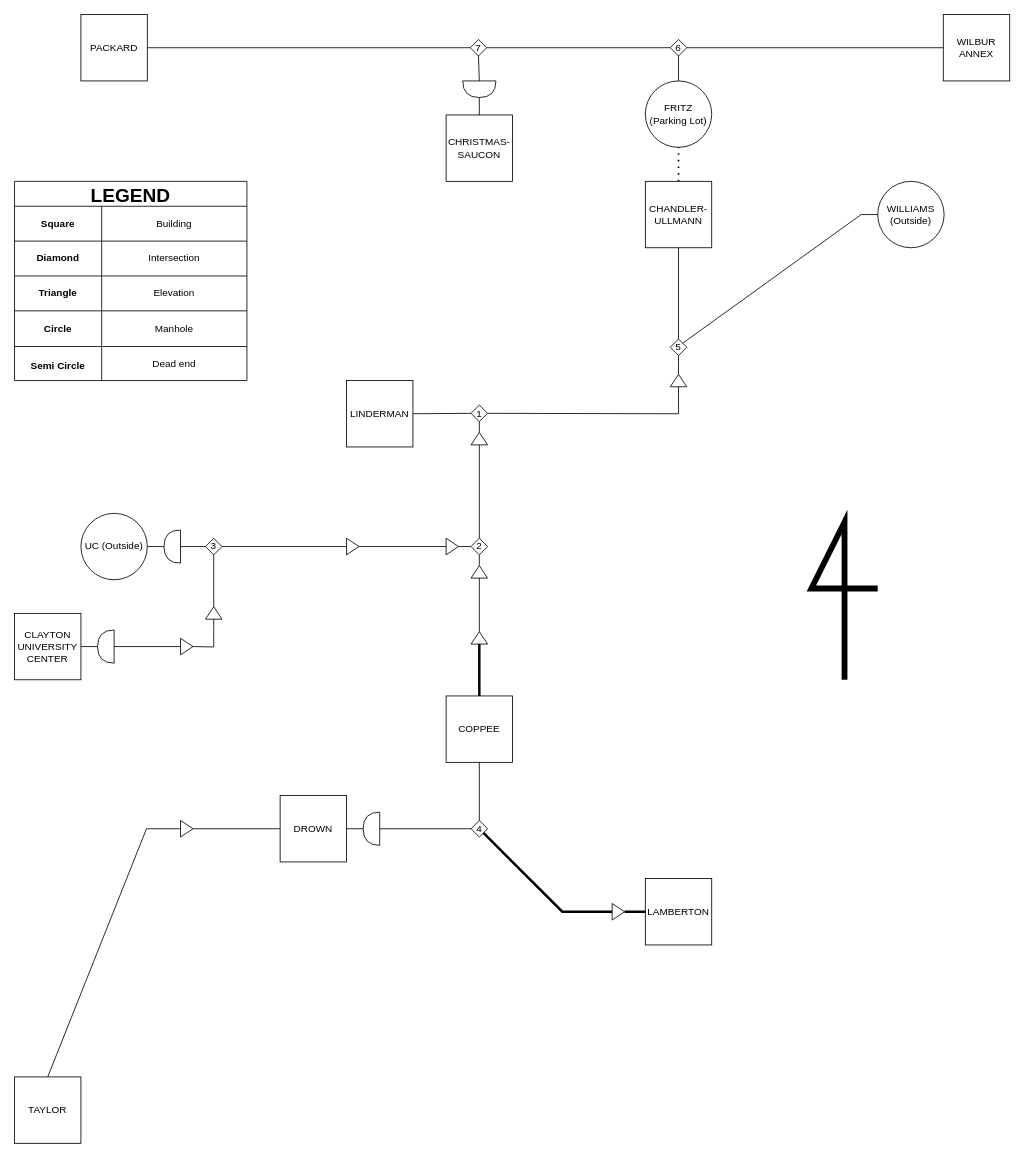
The draw.io diagram diagram.drawio in shun-ueda/lehigh-stream-tunnel, before the edit. Source tidied: cells renumbered, new cells numbered last; positions are measured from the earlier drawing's top-left corner, leaving out a move shared by most shapes. Both pictures are drawn from the tidied source at 83%, with x=0, y=0 at pixel (14, 14).
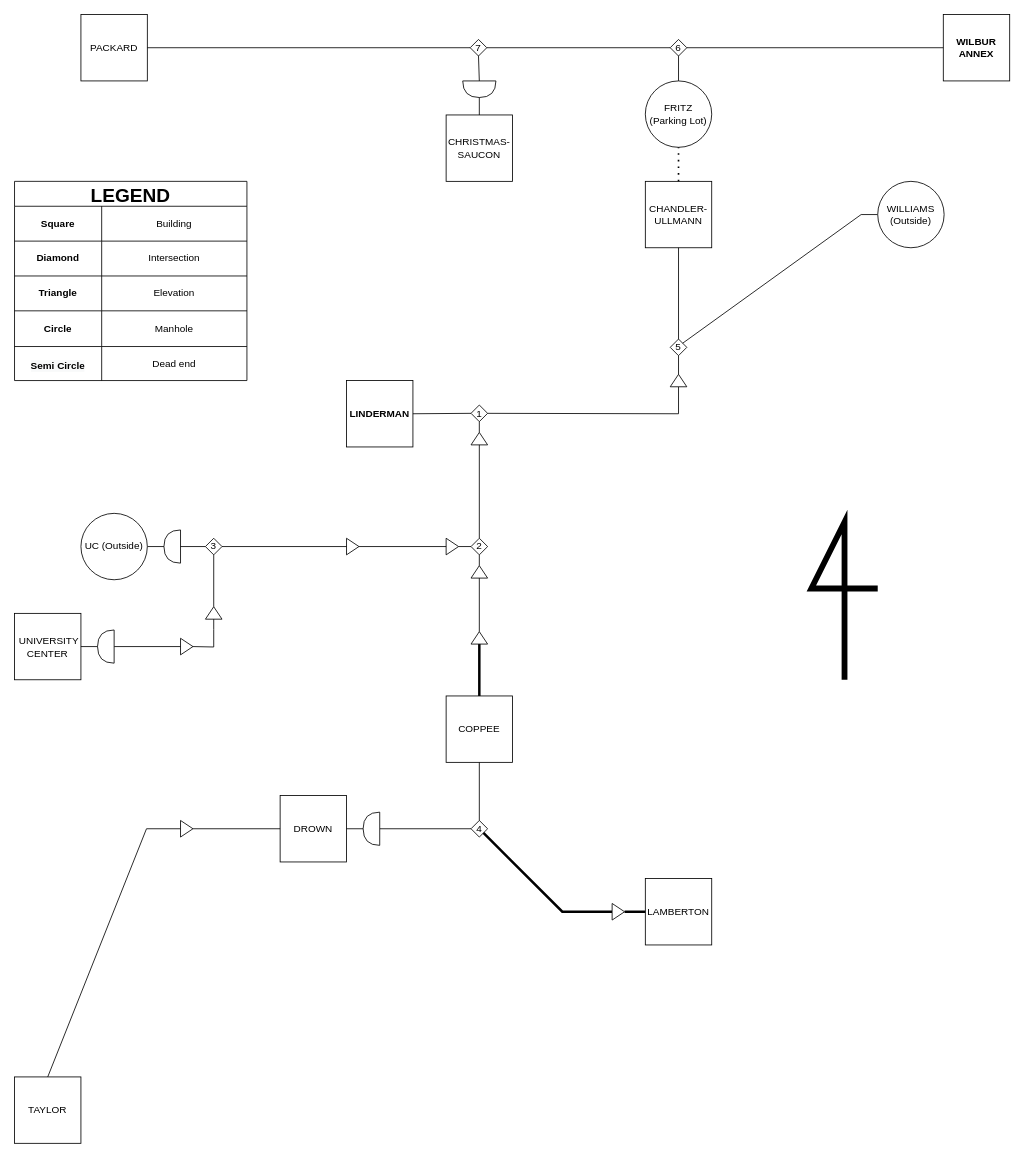
Above is the later version.

Diff of the diagram source:
```diff
@@
-    <mxCell id="2" value="LINDERMAN" style="rounded=0;whiteSpace=wrap;html=1;" parent="1" vertex="1">
+    <mxCell id="2" value="LINDERMAN" style="rounded=0;whiteSpace=wrap;html=1;fontStyle=1;" parent="1" vertex="1">
       <mxGeometry x="400" y="441" width="80" height="80" as="geometry" />
     </mxCell>
@@
-    <mxCell id="50" value="CLAYTON UNIVERSITY CENTER" style="rounded=0;whiteSpace=wrap;html=1;" parent="1" vertex="1">
+    <mxCell id="50" value="&amp;nbsp;UNIVERSITY CENTER" style="rounded=0;whiteSpace=wrap;html=1;" parent="1" vertex="1">
       <mxGeometry y="721.5" width="80" height="80" as="geometry" />
     </mxCell>
@@
-    <mxCell id="67" value="WILBUR ANNEX" style="rounded=0;whiteSpace=wrap;html=1;" parent="1" vertex="1">
+    <mxCell id="67" value="WILBUR ANNEX" style="rounded=0;whiteSpace=wrap;html=1;fontStyle=1;" parent="1" vertex="1">
       <mxGeometry x="1119" width="80" height="80" as="geometry" />
     </mxCell>
```
